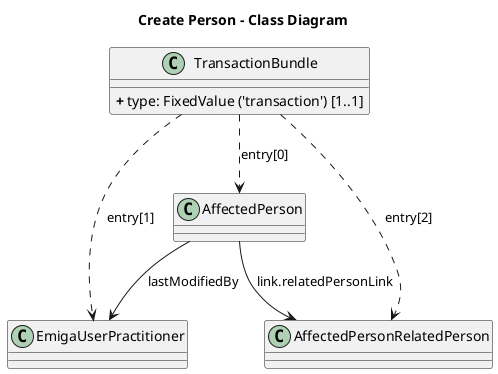
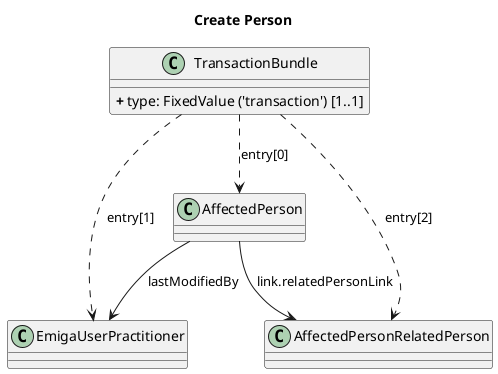
@startuml
- title Create Person - Class Diagram
+ title Create Person

class AffectedPerson{
}
class EmigaUserPractitioner {
}
class TransactionBundle {
    <b>+</b> type: FixedValue ('transaction') [1..1]
}

AffectedPerson --> AffectedPersonRelatedPerson : link.relatedPersonLink
AffectedPerson --> EmigaUserPractitioner : lastModifiedBy

TransactionBundle ..> AffectedPerson : entry[0]
TransactionBundle ..> EmigaUserPractitioner : entry[1]
TransactionBundle ..> AffectedPersonRelatedPerson : entry[2]


@enduml